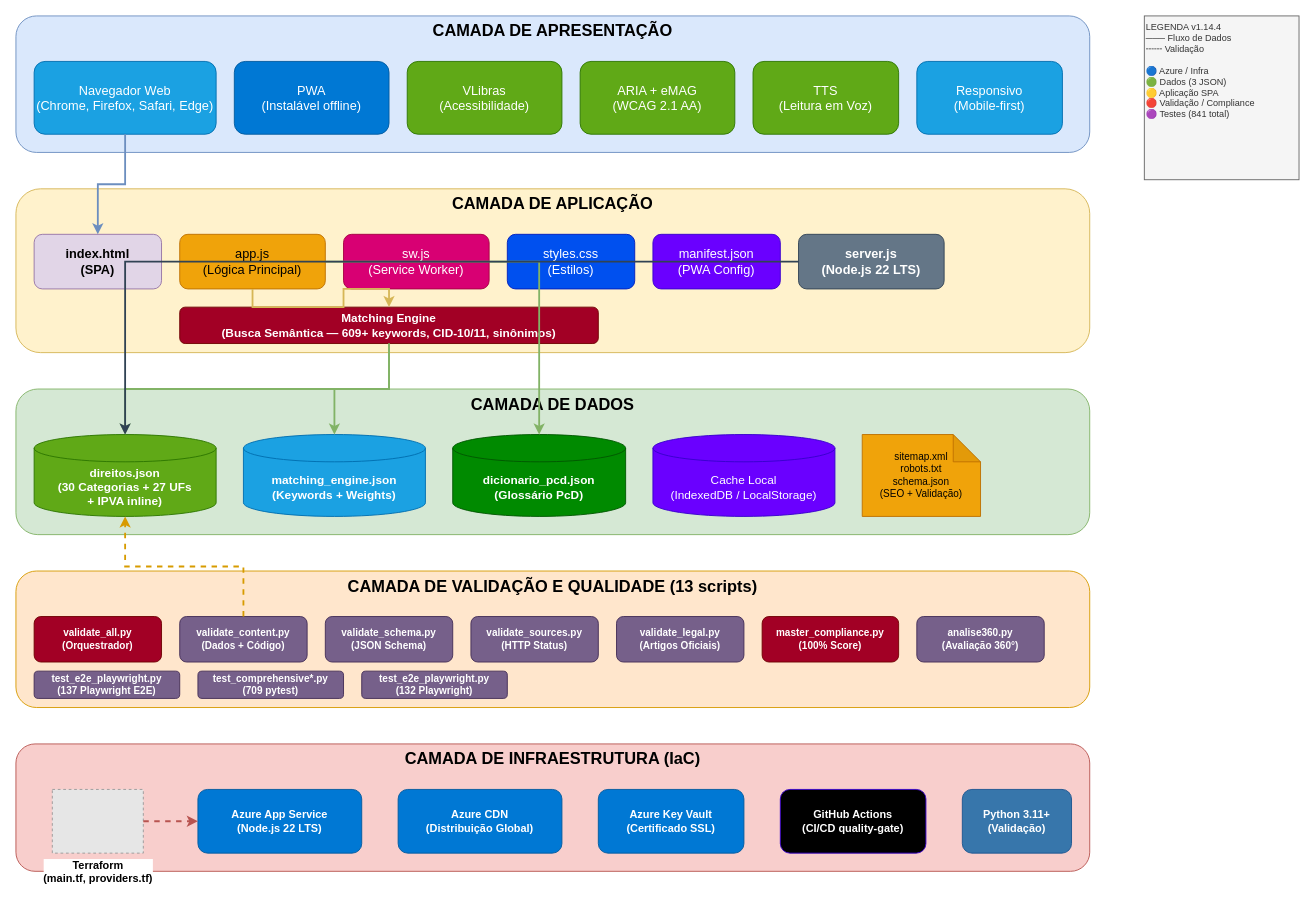
Above: docs/ARCHITECTURE.drawio.xml in fabiotreze/nossodireito (draw.io), before the change. Source tidied: cells renumbered, new cells numbered last; positions are measured from the earlier drawing's top-left corner, leaving out a move shared by most shapes. Both pictures are drawn from the tidied source at 91%, with x=0, y=0 at pixel (15, 15). Pictures stored in the file or linked from it are replaced by grey dashed boxes.
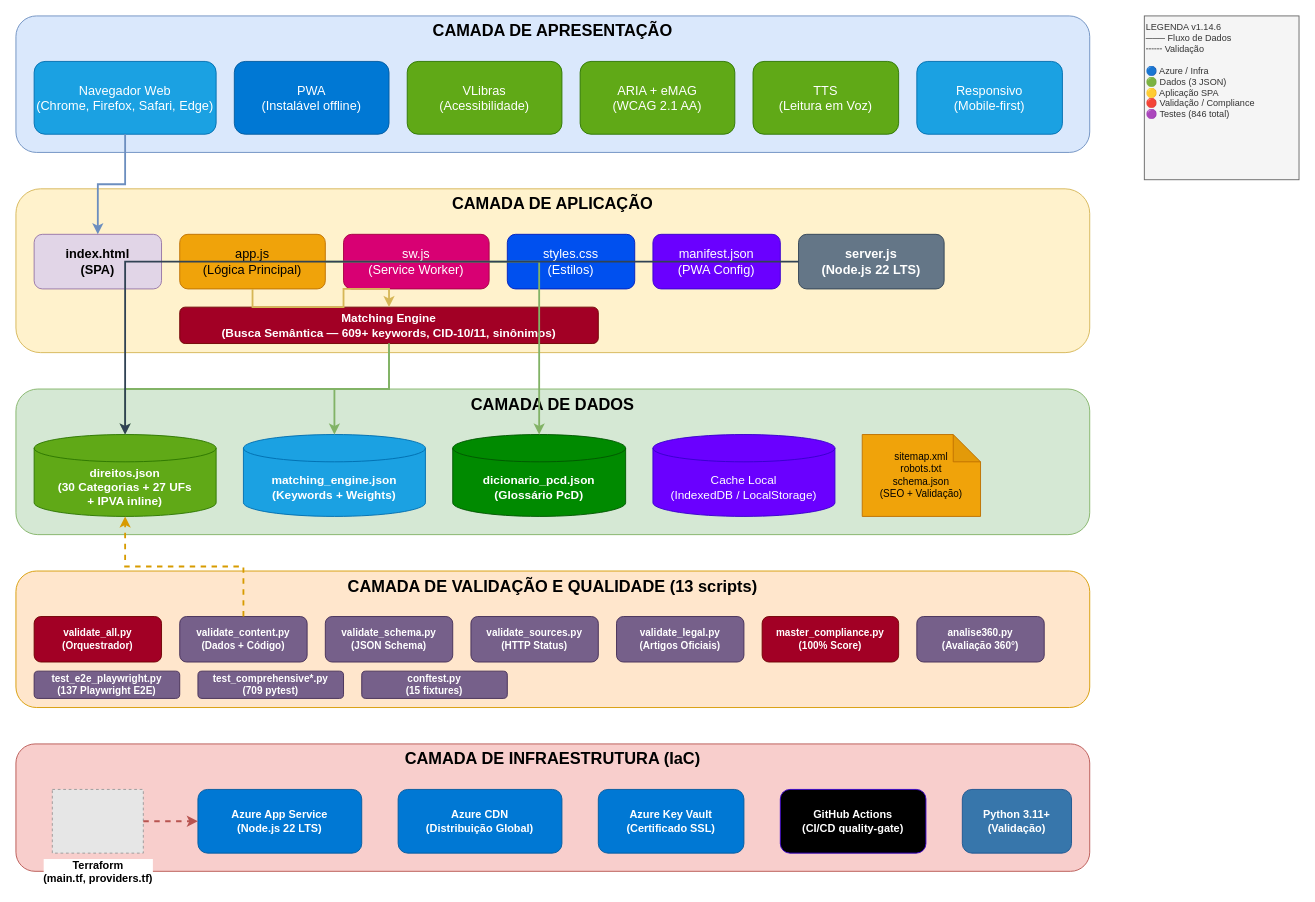
After the change.

Change to the diagram source:
```diff
@@
-    <mxCell id="33" value="test_e2e_playwright.py&#10;(132 Playwright)" style="rounded=1;whiteSpace=wrap;html=1;fillColor=#76608a;fontColor=#ffffff;strokeColor=#432D57;fontSize=11;fontStyle=1;" parent="1" vertex="1">
+    <mxCell id="33" value="conftest.py&#10;(15 fixtures)" style="rounded=1;whiteSpace=wrap;html=1;fillColor=#76608a;fontColor=#ffffff;strokeColor=#432D57;fontSize=11;fontStyle=1;" parent="1" vertex="1">
       <mxGeometry x="380" y="720" width="160" height="30" as="geometry" />
     </mxCell>
@@
-    <mxCell id="49" value="LEGENDA v1.14.4&#10;─── Fluxo de Dados&#10;╌╌╌ Validação&#10;&#10;🔵 Azure / Infra&#10;🟢 Dados (3 JSON)&#10;🟡 Aplicação SPA&#10;🔴 Validação / Compliance&#10;🟣 Testes (841 total)" style="rounded=0;whiteSpace=wrap;html=1;fillColor=#f5f5f5;fontColor=#333333;strokeColor=#666666;align=left;fontSize=10;verticalAlign=top;" parent="1" vertex="1">
+    <mxCell id="49" value="LEGENDA v1.14.6&#10;─── Fluxo de Dados&#10;╌╌╌ Validação&#10;&#10;🔵 Azure / Infra&#10;🟢 Dados (3 JSON)&#10;🟡 Aplicação SPA&#10;🔴 Validação / Compliance&#10;🟣 Testes (846 total)" style="rounded=0;whiteSpace=wrap;html=1;fillColor=#f5f5f5;fontColor=#333333;strokeColor=#666666;align=left;fontSize=10;verticalAlign=top;" parent="1" vertex="1">
       <mxGeometry x="1240" width="170" height="180" as="geometry" />
     </mxCell>
```
